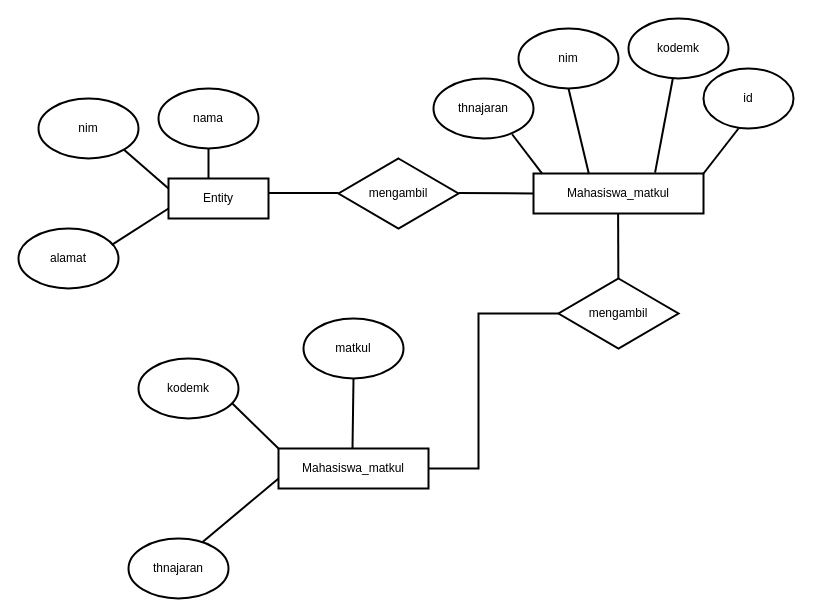
This is Untitled Diagram.drawio from Axwdy/axwdy, a draw.io file, before an edit. Source tidied: cells renumbered, new cells numbered last; positions are measured from the earlier drawing's top-left corner, leaving out a move shared by most shapes. Both pictures are drawn from the tidied source at 100%, with x=0, y=0 at pixel (18, 18).
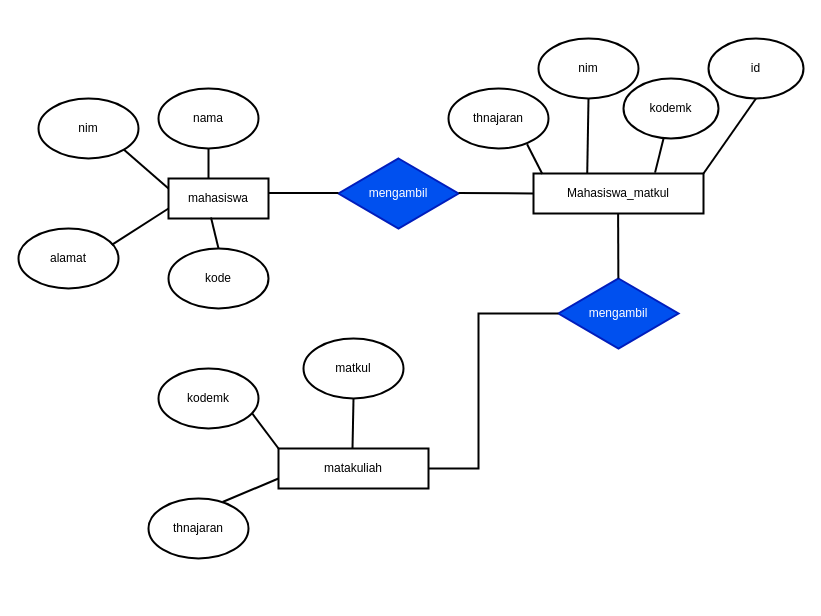
The same diagram, later.

The change refers to these unchanged cells:
```xml
<mxCell id="10" value="Mahasiswa_matkul" style="whiteSpace=wrap;html=1;align=center;strokeWidth=2;" parent="1" vertex="1">
  <mxGeometry x="515" y="155" width="170" height="40" as="geometry" />
</mxCell>
```

The edit, as a diff of the source:
```diff
@@
+    <mxCell id="31" value="kode" style="strokeWidth=2;html=1;shape=mxgraph.flowchart.start_1;whiteSpace=wrap;" parent="1" vertex="1">
+      <mxGeometry x="150" y="230" width="100" height="60" as="geometry" />
+    </mxCell>
@@
-    <mxCell id="5" value="Entity" style="whiteSpace=wrap;html=1;align=center;strokeWidth=2;" parent="1" vertex="1">
+    <mxCell id="5" value="mahasiswa" style="whiteSpace=wrap;html=1;align=center;strokeWidth=2;" parent="1" vertex="1">
       <mxGeometry x="150" y="160" width="100" height="40" as="geometry" />
     </mxCell>
@@
+    <mxCell id="32" style="endArrow=none;html=1;rounded=0;entryX=0.425;entryY=0.975;entryDx=0;entryDy=0;entryPerimeter=0;exitX=0.5;exitY=0;exitDx=0;exitDy=0;exitPerimeter=0;strokeWidth=2;" parent="1" edge="1" source="31" target="5">
+      <mxGeometry relative="1" as="geometry" />
+    </mxCell>
-    <mxCell id="8" value="mengambil" style="rhombus;whiteSpace=wrap;html=1;strokeWidth=2;" parent="1" vertex="1">
+    <mxCell id="8" value="mengambil" style="rhombus;whiteSpace=wrap;html=1;strokeWidth=2;fillColor=#0050ef;fontColor=#ffffff;strokeColor=#001DBC;" parent="1" vertex="1">
       <mxGeometry x="320" y="140" width="120" height="70" as="geometry" />
     </mxCell>
@@
     <mxCell id="11" value="nim" style="strokeWidth=2;html=1;shape=mxgraph.flowchart.start_1;whiteSpace=wrap;" parent="1" vertex="1">
-      <mxGeometry x="500" y="10" width="100" height="60" as="geometry" />
+      <mxGeometry x="520" y="20" width="100" height="60" as="geometry" />
     </mxCell>
     <mxCell id="12" value="thnajaran" style="strokeWidth=2;html=1;shape=mxgraph.flowchart.start_1;whiteSpace=wrap;" parent="1" vertex="1">
-      <mxGeometry x="415" y="60" width="100" height="60" as="geometry" />
+      <mxGeometry x="430" y="70" width="100" height="60" as="geometry" />
     </mxCell>
     <mxCell id="13" value="kodemk" style="strokeWidth=2;html=1;shape=mxgraph.flowchart.start_1;whiteSpace=wrap;" parent="1" vertex="1">
-      <mxGeometry x="610" width="100" height="60" as="geometry" />
+      <mxGeometry x="605" y="60" width="95" height="60" as="geometry" />
     </mxCell>
@@
-    <mxCell id="17" style="endArrow=none;html=1;rounded=0;entryX=0.5;entryY=1;entryDx=0;entryDy=0;entryPerimeter=0;exitX=0.326;exitY=0.012;exitDx=0;exitDy=0;exitPerimeter=0;strokeWidth=2;" parent="1" edge="1" source="10" target="11">
+    <mxCell id="17" style="endArrow=none;html=1;rounded=0;entryX=0.5;entryY=1;entryDx=0;entryDy=0;entryPerimeter=0;strokeWidth=2;exitX=0.316;exitY=0.005;exitDx=0;exitDy=0;exitPerimeter=0;" parent="1" edge="1" source="10" target="11">
       <mxGeometry relative="1" as="geometry" />
     </mxCell>
-    <mxCell id="18" value="mengambil" style="rhombus;whiteSpace=wrap;html=1;strokeWidth=2;" parent="1" vertex="1">
+    <mxCell id="18" value="mengambil" style="rhombus;whiteSpace=wrap;html=1;strokeWidth=2;fillColor=#0050ef;fontColor=#ffffff;strokeColor=#001DBC;" parent="1" vertex="1">
       <mxGeometry x="540" y="260" width="120" height="70" as="geometry" />
     </mxCell>
@@
-    <mxCell id="21" value="Mahasiswa_matkul" style="whiteSpace=wrap;html=1;align=center;strokeWidth=2;" parent="1" vertex="1">
+    <mxCell id="21" value="matakuliah" style="whiteSpace=wrap;html=1;align=center;strokeWidth=2;" parent="1" vertex="1">
       <mxGeometry x="260" y="430" width="150" height="40" as="geometry" />
     </mxCell>
@@
     <mxCell id="23" value="thnajaran" style="strokeWidth=2;html=1;shape=mxgraph.flowchart.start_1;whiteSpace=wrap;" parent="1" vertex="1">
-      <mxGeometry x="110" y="520" width="100" height="60" as="geometry" />
+      <mxGeometry x="130" y="480" width="100" height="60" as="geometry" />
     </mxCell>
     <mxCell id="24" value="kodemk" style="strokeWidth=2;html=1;shape=mxgraph.flowchart.start_1;whiteSpace=wrap;" parent="1" vertex="1">
-      <mxGeometry x="120" y="340" width="100" height="60" as="geometry" />
+      <mxGeometry x="140" y="350" width="100" height="60" as="geometry" />
     </mxCell>
     <mxCell id="25" value="matkul" style="strokeWidth=2;html=1;shape=mxgraph.flowchart.start_1;whiteSpace=wrap;" parent="1" vertex="1">
-      <mxGeometry x="285" y="300" width="100" height="60" as="geometry" />
+      <mxGeometry x="285" y="320" width="100" height="60" as="geometry" />
     </mxCell>
@@
     <mxCell id="29" value="id" style="strokeWidth=2;html=1;shape=mxgraph.flowchart.start_1;whiteSpace=wrap;" parent="1" vertex="1">
-      <mxGeometry x="685" y="50" width="90" height="60" as="geometry" />
+      <mxGeometry x="690" y="20" width="95" height="60" as="geometry" />
     </mxCell>
-    <mxCell id="30" style="endArrow=none;html=1;rounded=0;exitX=1;exitY=0;exitDx=0;exitDy=0;strokeWidth=2;" parent="1" edge="1" source="10">
-      <mxGeometry relative="1" as="geometry">
-        <mxPoint x="720" y="110" as="targetPoint" />
-      </mxGeometry>
+    <mxCell id="30" style="endArrow=none;html=1;rounded=0;exitX=1;exitY=0;exitDx=0;exitDy=0;strokeWidth=2;entryX=0.5;entryY=1;entryDx=0;entryDy=0;entryPerimeter=0;" parent="1" edge="1" source="10" target="29">
+      <mxGeometry relative="1" as="geometry" />
     </mxCell>
```
